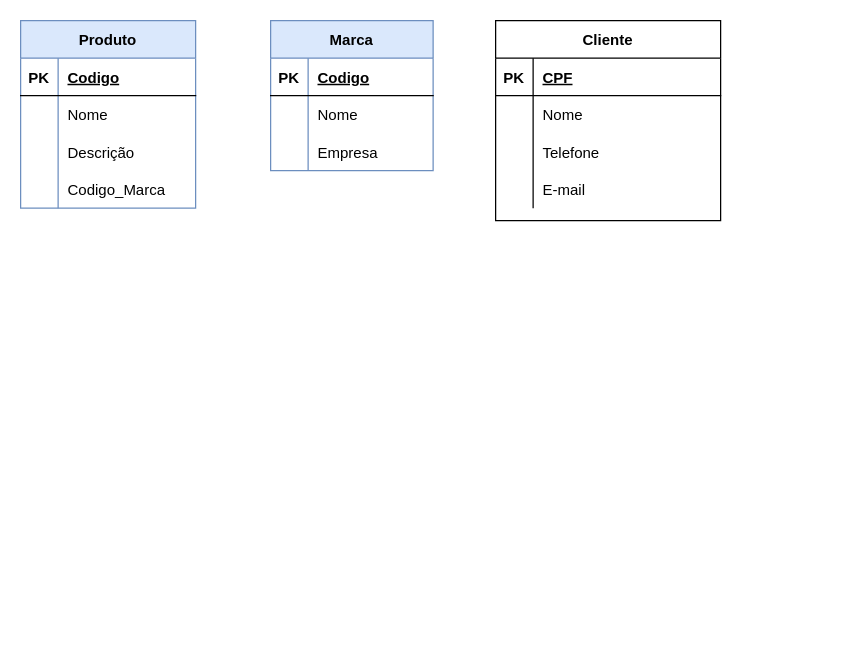
Earlier version of the draw.io diagram Der.drawio (diegohfcelestino/arquitetura). Source tidied: cells renumbered, new cells numbered last; positions are measured from the earlier drawing's top-left corner, leaving out a move shared by most shapes. Both pictures are drawn from the tidied source at 125%, with x=0, y=0 at pixel (20, 20).
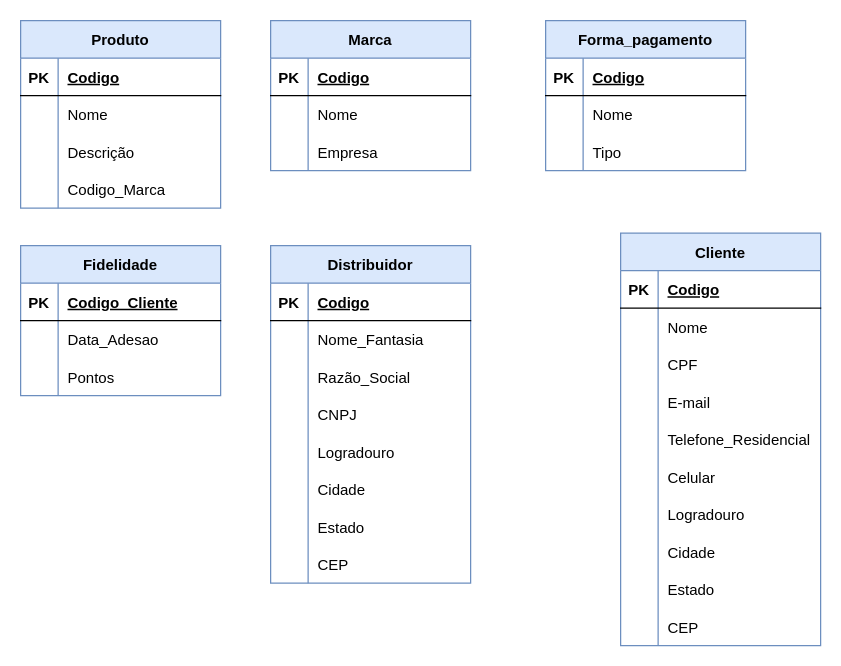
Above is the later version.

Change to the diagram source:
```diff
@@
     <mxCell id="2" value="Produto" style="shape=table;startSize=30;childLayout=tableLayout;rowLines=0;fontStyle=1;align=center;fillColor=#dae8fc;strokeColor=#6c8ebf;" parent="1" vertex="1">
-      <mxGeometry width="140" height="150" as="geometry" />
+      <mxGeometry width="160" height="150" as="geometry" />
     </mxCell>
     <mxCell id="3" style="shape=tableRow;horizontal=0;startSize=0;swimlaneHead=0;swimlaneBody=0;fillColor=none;top=0;left=0;right=0;bottom=1;" parent="2" vertex="1">
-      <mxGeometry y="30" width="140" height="30" as="geometry" />
+      <mxGeometry y="30" width="160" height="30" as="geometry" />
     </mxCell>
@@
     <mxCell id="5" value="Codigo" style="shape=partialRectangle;fillColor=none;top=0;left=0;bottom=0;right=0;align=left;spacingLeft=6;fontStyle=5;overflow=hidden;" parent="3" vertex="1">
-      <mxGeometry x="30" width="110" height="30" as="geometry" />
+      <mxGeometry x="30" width="130" height="30" as="geometry" />
     </mxCell>
     <mxCell id="6" style="shape=tableRow;horizontal=0;startSize=0;swimlaneHead=0;swimlaneBody=0;fillColor=none;top=0;left=0;right=0;bottom=0;" parent="2" vertex="1">
-      <mxGeometry y="60" width="140" height="30" as="geometry" />
+      <mxGeometry y="60" width="160" height="30" as="geometry" />
     </mxCell>
@@
     <mxCell id="8" value="Nome" style="shape=partialRectangle;fillColor=none;top=0;left=0;bottom=0;right=0;align=left;spacingLeft=6;overflow=hidden;" parent="6" vertex="1">
-      <mxGeometry x="30" width="110" height="30" as="geometry" />
+      <mxGeometry x="30" width="130" height="30" as="geometry" />
     </mxCell>
     <mxCell id="9" style="shape=tableRow;horizontal=0;startSize=0;swimlaneHead=0;swimlaneBody=0;fillColor=none;top=0;left=0;right=0;bottom=0;" parent="2" vertex="1">
-      <mxGeometry y="90" width="140" height="30" as="geometry" />
+      <mxGeometry y="90" width="160" height="30" as="geometry" />
     </mxCell>
@@
     <mxCell id="11" value="Descrição" style="shape=partialRectangle;fillColor=none;top=0;left=0;bottom=0;right=0;align=left;spacingLeft=6;overflow=hidden;" parent="9" vertex="1">
-      <mxGeometry x="30" width="110" height="30" as="geometry" />
+      <mxGeometry x="30" width="130" height="30" as="geometry" />
     </mxCell>
     <mxCell id="12" style="shape=tableRow;horizontal=0;startSize=0;swimlaneHead=0;swimlaneBody=0;fillColor=none;top=0;left=0;right=0;bottom=0;" parent="2" vertex="1">
-      <mxGeometry y="120" width="140" height="30" as="geometry" />
+      <mxGeometry y="120" width="160" height="30" as="geometry" />
     </mxCell>
@@
     <mxCell id="14" value="Codigo_Marca" style="shape=partialRectangle;fillColor=none;top=0;left=0;bottom=0;right=0;align=left;spacingLeft=6;overflow=hidden;" parent="12" vertex="1">
-      <mxGeometry x="30" width="110" height="30" as="geometry" />
+      <mxGeometry x="30" width="130" height="30" as="geometry" />
     </mxCell>
     <mxCell id="15" value="Marca" style="shape=table;startSize=30;childLayout=tableLayout;rowLines=0;fontStyle=1;align=center;fillColor=#dae8fc;strokeColor=#6c8ebf;" parent="1" vertex="1">
-      <mxGeometry x="200" width="130" height="120" as="geometry" />
+      <mxGeometry x="200" width="160" height="120" as="geometry" />
     </mxCell>
     <mxCell id="16" style="shape=tableRow;horizontal=0;startSize=0;swimlaneHead=0;swimlaneBody=0;fillColor=none;top=0;left=0;right=0;bottom=1;" parent="15" vertex="1">
-      <mxGeometry y="30" width="130" height="30" as="geometry" />
+      <mxGeometry y="30" width="160" height="30" as="geometry" />
     </mxCell>
@@
     <mxCell id="18" value="Codigo" style="shape=partialRectangle;fillColor=none;top=0;left=0;bottom=0;right=0;align=left;spacingLeft=6;fontStyle=5;overflow=hidden;" parent="16" vertex="1">
-      <mxGeometry x="30" width="100" height="30" as="geometry" />
+      <mxGeometry x="30" width="130" height="30" as="geometry" />
     </mxCell>
     <mxCell id="19" style="shape=tableRow;horizontal=0;startSize=0;swimlaneHead=0;swimlaneBody=0;fillColor=none;top=0;left=0;right=0;bottom=0;" parent="15" vertex="1">
-      <mxGeometry y="60" width="130" height="30" as="geometry" />
+      <mxGeometry y="60" width="160" height="30" as="geometry" />
     </mxCell>
@@
     <mxCell id="21" value="Nome" style="shape=partialRectangle;fillColor=none;top=0;left=0;bottom=0;right=0;align=left;spacingLeft=6;overflow=hidden;" parent="19" vertex="1">
-      <mxGeometry x="30" width="100" height="30" as="geometry" />
+      <mxGeometry x="30" width="130" height="30" as="geometry" />
     </mxCell>
     <mxCell id="22" style="shape=tableRow;horizontal=0;startSize=0;swimlaneHead=0;swimlaneBody=0;fillColor=none;top=0;left=0;right=0;bottom=0;" parent="15" vertex="1">
-      <mxGeometry y="90" width="130" height="30" as="geometry" />
+      <mxGeometry y="90" width="160" height="30" as="geometry" />
     </mxCell>
@@
     <mxCell id="24" value="Empresa" style="shape=partialRectangle;fillColor=none;top=0;left=0;bottom=0;right=0;align=left;spacingLeft=6;overflow=hidden;" parent="22" vertex="1">
-      <mxGeometry x="30" width="100" height="30" as="geometry" />
+      <mxGeometry x="30" width="130" height="30" as="geometry" />
     </mxCell>
-    <mxCell id="25" value="Cliente" style="shape=table;startSize=30;childLayout=tableLayout;rowLines=0;fontStyle=1;align=center;" parent="1" vertex="1">
-      <mxGeometry x="380" width="180" height="160" as="geometry" />
+    <mxCell id="25" value="Cliente" style="shape=table;startSize=30;childLayout=tableLayout;rowLines=0;fontStyle=1;align=center;fillColor=#dae8fc;strokeColor=#6c8ebf;" parent="1" vertex="1">
+      <mxGeometry x="480" y="170" width="160" height="330" as="geometry" />
     </mxCell>
     <mxCell id="26" style="shape=tableRow;horizontal=0;startSize=0;swimlaneHead=0;swimlaneBody=0;fillColor=none;top=0;left=0;right=0;bottom=1;" parent="25" vertex="1">
-      <mxGeometry y="30" width="180" height="30" as="geometry" />
+      <mxGeometry y="30" width="160" height="30" as="geometry" />
     </mxCell>
@@
-    <mxCell id="28" value="CPF" style="shape=partialRectangle;fillColor=none;top=0;left=0;bottom=0;right=0;align=left;spacingLeft=6;fontStyle=5;overflow=hidden;" parent="26" vertex="1">
-      <mxGeometry x="30" width="150" height="30" as="geometry" />
+    <mxCell id="28" value="Codigo" style="shape=partialRectangle;fillColor=none;top=0;left=0;bottom=0;right=0;align=left;spacingLeft=6;fontStyle=5;overflow=hidden;" parent="26" vertex="1">
+      <mxGeometry x="30" width="130" height="30" as="geometry" />
     </mxCell>
     <mxCell id="29" style="shape=tableRow;horizontal=0;startSize=0;swimlaneHead=0;swimlaneBody=0;fillColor=none;top=0;left=0;right=0;bottom=0;" parent="25" vertex="1">
-      <mxGeometry y="60" width="180" height="30" as="geometry" />
+      <mxGeometry y="60" width="160" height="30" as="geometry" />
     </mxCell>
@@
     <mxCell id="31" value="Nome" style="shape=partialRectangle;fillColor=none;top=0;left=0;bottom=0;right=0;align=left;spacingLeft=6;overflow=hidden;" parent="29" vertex="1">
-      <mxGeometry x="30" width="150" height="30" as="geometry" />
+      <mxGeometry x="30" width="130" height="30" as="geometry" />
     </mxCell>
     <mxCell id="32" style="shape=tableRow;horizontal=0;startSize=0;swimlaneHead=0;swimlaneBody=0;fillColor=none;top=0;left=0;right=0;bottom=0;" parent="25" vertex="1">
-      <mxGeometry y="90" width="180" height="30" as="geometry" />
+      <mxGeometry y="90" width="160" height="30" as="geometry" />
     </mxCell>
@@
-    <mxCell id="34" value="Telefone" style="shape=partialRectangle;fillColor=none;top=0;left=0;bottom=0;right=0;align=left;spacingLeft=6;overflow=hidden;" parent="32" vertex="1">
-      <mxGeometry x="30" width="150" height="30" as="geometry" />
+    <mxCell id="34" value="CPF" style="shape=partialRectangle;fillColor=none;top=0;left=0;bottom=0;right=0;align=left;spacingLeft=6;overflow=hidden;" parent="32" vertex="1">
+      <mxGeometry x="30" width="130" height="30" as="geometry" />
     </mxCell>
     <mxCell id="35" style="shape=tableRow;horizontal=0;startSize=0;swimlaneHead=0;swimlaneBody=0;fillColor=none;top=0;left=0;right=0;bottom=0;" parent="25" vertex="1">
-      <mxGeometry y="120" width="180" height="30" as="geometry" />
+      <mxGeometry y="120" width="160" height="30" as="geometry" />
     </mxCell>
@@
     <mxCell id="37" value="E-mail" style="shape=partialRectangle;fillColor=none;top=0;left=0;bottom=0;right=0;align=left;spacingLeft=6;overflow=hidden;" parent="35" vertex="1">
-      <mxGeometry x="30" width="150" height="30" as="geometry" />
+      <mxGeometry x="30" width="130" height="30" as="geometry" />
     </mxCell>
+    <mxCell id="38" style="shape=tableRow;horizontal=0;startSize=0;swimlaneHead=0;swimlaneBody=0;fillColor=none;top=0;left=0;right=0;bottom=0;" parent="25" vertex="1">
+      <mxGeometry y="150" width="160" height="30" as="geometry" />
+    </mxCell>
+    <mxCell id="39" style="shape=partialRectangle;fillColor=none;top=0;left=0;bottom=0;right=0;overflow=hidden;" parent="38" vertex="1">
+      <mxGeometry width="30" height="30" as="geometry" />
+    </mxCell>
+    <mxCell id="40" value="Telefone_Residencial" style="shape=partialRectangle;fillColor=none;top=0;left=0;bottom=0;right=0;align=left;spacingLeft=6;overflow=hidden;" parent="38" vertex="1">
+      <mxGeometry x="30" width="130" height="30" as="geometry" />
+    </mxCell>
+    <mxCell id="41" style="shape=tableRow;horizontal=0;startSize=0;swimlaneHead=0;swimlaneBody=0;fillColor=none;top=0;left=0;right=0;bottom=0;" parent="25" vertex="1">
+      <mxGeometry y="180" width="160" height="30" as="geometry" />
+    </mxCell>
+    <mxCell id="42" style="shape=partialRectangle;fillColor=none;top=0;left=0;bottom=0;right=0;overflow=hidden;" parent="41" vertex="1">
+      <mxGeometry width="30" height="30" as="geometry" />
+    </mxCell>
+    <mxCell id="43" value="Celular" style="shape=partialRectangle;fillColor=none;top=0;left=0;bottom=0;right=0;align=left;spacingLeft=6;overflow=hidden;" parent="41" vertex="1">
+      <mxGeometry x="30" width="130" height="30" as="geometry" />
+    </mxCell>
+    <mxCell id="44" style="shape=tableRow;horizontal=0;startSize=0;swimlaneHead=0;swimlaneBody=0;fillColor=none;top=0;left=0;right=0;bottom=0;" parent="25" vertex="1">
+      <mxGeometry y="210" width="160" height="30" as="geometry" />
+    </mxCell>
+    <mxCell id="45" style="shape=partialRectangle;fillColor=none;top=0;left=0;bottom=0;right=0;overflow=hidden;" parent="44" vertex="1">
+      <mxGeometry width="30" height="30" as="geometry" />
+    </mxCell>
+    <mxCell id="46" value="Logradouro" style="shape=partialRectangle;fillColor=none;top=0;left=0;bottom=0;right=0;align=left;spacingLeft=6;overflow=hidden;" parent="44" vertex="1">
+      <mxGeometry x="30" width="130" height="30" as="geometry" />
+    </mxCell>
+    <mxCell id="47" style="shape=tableRow;horizontal=0;startSize=0;swimlaneHead=0;swimlaneBody=0;fillColor=none;top=0;left=0;right=0;bottom=0;" parent="25" vertex="1">
+      <mxGeometry y="240" width="160" height="30" as="geometry" />
+    </mxCell>
+    <mxCell id="48" style="shape=partialRectangle;fillColor=none;top=0;left=0;bottom=0;right=0;overflow=hidden;" parent="47" vertex="1">
+      <mxGeometry width="30" height="30" as="geometry" />
+    </mxCell>
+    <mxCell id="49" value="Cidade" style="shape=partialRectangle;fillColor=none;top=0;left=0;bottom=0;right=0;align=left;spacingLeft=6;overflow=hidden;" parent="47" vertex="1">
+      <mxGeometry x="30" width="130" height="30" as="geometry" />
+    </mxCell>
+    <mxCell id="50" style="shape=tableRow;horizontal=0;startSize=0;swimlaneHead=0;swimlaneBody=0;fillColor=none;top=0;left=0;right=0;bottom=0;" parent="25" vertex="1">
+      <mxGeometry y="270" width="160" height="30" as="geometry" />
+    </mxCell>
+    <mxCell id="51" style="shape=partialRectangle;fillColor=none;top=0;left=0;bottom=0;right=0;overflow=hidden;" parent="50" vertex="1">
+      <mxGeometry width="30" height="30" as="geometry" />
+    </mxCell>
+    <mxCell id="52" value="Estado" style="shape=partialRectangle;fillColor=none;top=0;left=0;bottom=0;right=0;align=left;spacingLeft=6;overflow=hidden;" parent="50" vertex="1">
+      <mxGeometry x="30" width="130" height="30" as="geometry" />
+    </mxCell>
+    <mxCell id="53" style="shape=tableRow;horizontal=0;startSize=0;swimlaneHead=0;swimlaneBody=0;fillColor=none;top=0;left=0;right=0;bottom=0;" parent="25" vertex="1">
+      <mxGeometry y="300" width="160" height="30" as="geometry" />
+    </mxCell>
+    <mxCell id="54" style="shape=partialRectangle;fillColor=none;top=0;left=0;bottom=0;right=0;overflow=hidden;" parent="53" vertex="1">
+      <mxGeometry width="30" height="30" as="geometry" />
+    </mxCell>
+    <mxCell id="55" value="CEP" style="shape=partialRectangle;fillColor=none;top=0;left=0;bottom=0;right=0;align=left;spacingLeft=6;overflow=hidden;" parent="53" vertex="1">
+      <mxGeometry x="30" width="130" height="30" as="geometry" />
+    </mxCell>
+    <mxCell id="56" value="Forma_pagamento" style="shape=table;startSize=30;childLayout=tableLayout;rowLines=0;fontStyle=1;align=center;fillColor=#dae8fc;strokeColor=#6c8ebf;" parent="1" vertex="1">
+      <mxGeometry x="420" width="160" height="120" as="geometry" />
+    </mxCell>
+    <mxCell id="57" style="shape=tableRow;horizontal=0;startSize=0;swimlaneHead=0;swimlaneBody=0;fillColor=none;top=0;left=0;right=0;bottom=1;" parent="56" vertex="1">
+      <mxGeometry y="30" width="160" height="30" as="geometry" />
+    </mxCell>
+    <mxCell id="58" value="PK" style="shape=partialRectangle;fillColor=none;top=0;left=0;bottom=0;right=0;fontStyle=1;overflow=hidden;" parent="57" vertex="1">
+      <mxGeometry width="30" height="30" as="geometry" />
+    </mxCell>
+    <mxCell id="59" value="Codigo" style="shape=partialRectangle;fillColor=none;top=0;left=0;bottom=0;right=0;align=left;spacingLeft=6;fontStyle=5;overflow=hidden;" parent="57" vertex="1">
+      <mxGeometry x="30" width="130" height="30" as="geometry" />
+    </mxCell>
+    <mxCell id="60" style="shape=tableRow;horizontal=0;startSize=0;swimlaneHead=0;swimlaneBody=0;fillColor=none;top=0;left=0;right=0;bottom=0;" parent="56" vertex="1">
+      <mxGeometry y="60" width="160" height="30" as="geometry" />
+    </mxCell>
+    <mxCell id="61" style="shape=partialRectangle;fillColor=none;top=0;left=0;bottom=0;right=0;overflow=hidden;" parent="60" vertex="1">
+      <mxGeometry width="30" height="30" as="geometry" />
+    </mxCell>
+    <mxCell id="62" value="Nome" style="shape=partialRectangle;fillColor=none;top=0;left=0;bottom=0;right=0;align=left;spacingLeft=6;overflow=hidden;" parent="60" vertex="1">
+      <mxGeometry x="30" width="130" height="30" as="geometry" />
+    </mxCell>
+    <mxCell id="63" style="shape=tableRow;horizontal=0;startSize=0;swimlaneHead=0;swimlaneBody=0;fillColor=none;top=0;left=0;right=0;bottom=0;" parent="56" vertex="1">
+      <mxGeometry y="90" width="160" height="30" as="geometry" />
+    </mxCell>
+    <mxCell id="64" style="shape=partialRectangle;fillColor=none;top=0;left=0;bottom=0;right=0;overflow=hidden;" parent="63" vertex="1">
+      <mxGeometry width="30" height="30" as="geometry" />
+    </mxCell>
+    <mxCell id="65" value="Tipo" style="shape=partialRectangle;fillColor=none;top=0;left=0;bottom=0;right=0;align=left;spacingLeft=6;overflow=hidden;" parent="63" vertex="1">
+      <mxGeometry x="30" width="130" height="30" as="geometry" />
+    </mxCell>
+    <mxCell id="66" value="Fidelidade" style="shape=table;startSize=30;childLayout=tableLayout;rowLines=0;fontStyle=1;align=center;fillColor=#dae8fc;strokeColor=#6c8ebf;" parent="1" vertex="1">
+      <mxGeometry y="180" width="160" height="120" as="geometry" />
+    </mxCell>
+    <mxCell id="67" style="shape=tableRow;horizontal=0;startSize=0;swimlaneHead=0;swimlaneBody=0;fillColor=none;top=0;left=0;right=0;bottom=1;" parent="66" vertex="1">
+      <mxGeometry y="30" width="160" height="30" as="geometry" />
+    </mxCell>
+    <mxCell id="68" value="PK" style="shape=partialRectangle;fillColor=none;top=0;left=0;bottom=0;right=0;fontStyle=1;overflow=hidden;" parent="67" vertex="1">
+      <mxGeometry width="30" height="30" as="geometry" />
+    </mxCell>
+    <mxCell id="69" value="Codigo_Cliente" style="shape=partialRectangle;fillColor=none;top=0;left=0;bottom=0;right=0;align=left;spacingLeft=6;fontStyle=5;overflow=hidden;" parent="67" vertex="1">
+      <mxGeometry x="30" width="130" height="30" as="geometry" />
+    </mxCell>
+    <mxCell id="70" style="shape=tableRow;horizontal=0;startSize=0;swimlaneHead=0;swimlaneBody=0;fillColor=none;top=0;left=0;right=0;bottom=0;" parent="66" vertex="1">
+      <mxGeometry y="60" width="160" height="30" as="geometry" />
+    </mxCell>
+    <mxCell id="71" style="shape=partialRectangle;fillColor=none;top=0;left=0;bottom=0;right=0;overflow=hidden;" parent="70" vertex="1">
+      <mxGeometry width="30" height="30" as="geometry" />
+    </mxCell>
+    <mxCell id="72" value="Data_Adesao" style="shape=partialRectangle;fillColor=none;top=0;left=0;bottom=0;right=0;align=left;spacingLeft=6;overflow=hidden;" parent="70" vertex="1">
+      <mxGeometry x="30" width="130" height="30" as="geometry" />
+    </mxCell>
+    <mxCell id="73" style="shape=tableRow;horizontal=0;startSize=0;swimlaneHead=0;swimlaneBody=0;fillColor=none;top=0;left=0;right=0;bottom=0;" parent="66" vertex="1">
+      <mxGeometry y="90" width="160" height="30" as="geometry" />
+    </mxCell>
+    <mxCell id="74" style="shape=partialRectangle;fillColor=none;top=0;left=0;bottom=0;right=0;overflow=hidden;" parent="73" vertex="1">
+      <mxGeometry width="30" height="30" as="geometry" />
+    </mxCell>
+    <mxCell id="75" value="Pontos" style="shape=partialRectangle;fillColor=none;top=0;left=0;bottom=0;right=0;align=left;spacingLeft=6;overflow=hidden;" parent="73" vertex="1">
+      <mxGeometry x="30" width="130" height="30" as="geometry" />
+    </mxCell>
+    <mxCell id="76" value="Distribuidor" style="shape=table;startSize=30;childLayout=tableLayout;rowLines=0;fontStyle=1;align=center;fillColor=#dae8fc;strokeColor=#6c8ebf;" parent="1" vertex="1">
+      <mxGeometry x="200" y="180" width="160" height="270" as="geometry" />
+    </mxCell>
+    <mxCell id="77" style="shape=tableRow;horizontal=0;startSize=0;swimlaneHead=0;swimlaneBody=0;fillColor=none;top=0;left=0;right=0;bottom=1;" parent="76" vertex="1">
+      <mxGeometry y="30" width="160" height="30" as="geometry" />
+    </mxCell>
+    <mxCell id="78" value="PK" style="shape=partialRectangle;fillColor=none;top=0;left=0;bottom=0;right=0;fontStyle=1;overflow=hidden;" parent="77" vertex="1">
+      <mxGeometry width="30" height="30" as="geometry" />
+    </mxCell>
+    <mxCell id="79" value="Codigo" style="shape=partialRectangle;fillColor=none;top=0;left=0;bottom=0;right=0;align=left;spacingLeft=6;fontStyle=5;overflow=hidden;" parent="77" vertex="1">
+      <mxGeometry x="30" width="130" height="30" as="geometry" />
+    </mxCell>
+    <mxCell id="80" style="shape=tableRow;horizontal=0;startSize=0;swimlaneHead=0;swimlaneBody=0;fillColor=none;top=0;left=0;right=0;bottom=0;" parent="76" vertex="1">
+      <mxGeometry y="60" width="160" height="30" as="geometry" />
+    </mxCell>
+    <mxCell id="81" style="shape=partialRectangle;fillColor=none;top=0;left=0;bottom=0;right=0;overflow=hidden;" parent="80" vertex="1">
+      <mxGeometry width="30" height="30" as="geometry" />
+    </mxCell>
+    <mxCell id="82" value="Nome_Fantasia" style="shape=partialRectangle;fillColor=none;top=0;left=0;bottom=0;right=0;align=left;spacingLeft=6;overflow=hidden;" parent="80" vertex="1">
+      <mxGeometry x="30" width="130" height="30" as="geometry" />
+    </mxCell>
+    <mxCell id="83" style="shape=tableRow;horizontal=0;startSize=0;swimlaneHead=0;swimlaneBody=0;fillColor=none;top=0;left=0;right=0;bottom=0;" parent="76" vertex="1">
+      <mxGeometry y="90" width="160" height="30" as="geometry" />
+    </mxCell>
+    <mxCell id="84" style="shape=partialRectangle;fillColor=none;top=0;left=0;bottom=0;right=0;overflow=hidden;" parent="83" vertex="1">
+      <mxGeometry width="30" height="30" as="geometry" />
+    </mxCell>
+    <mxCell id="85" value="Razão_Social" style="shape=partialRectangle;fillColor=none;top=0;left=0;bottom=0;right=0;align=left;spacingLeft=6;overflow=hidden;" parent="83" vertex="1">
+      <mxGeometry x="30" width="130" height="30" as="geometry" />
+    </mxCell>
+    <mxCell id="86" style="shape=tableRow;horizontal=0;startSize=0;swimlaneHead=0;swimlaneBody=0;fillColor=none;top=0;left=0;right=0;bottom=0;" parent="76" vertex="1">
+      <mxGeometry y="120" width="160" height="30" as="geometry" />
+    </mxCell>
+    <mxCell id="87" style="shape=partialRectangle;fillColor=none;top=0;left=0;bottom=0;right=0;overflow=hidden;" parent="86" vertex="1">
+      <mxGeometry width="30" height="30" as="geometry" />
+    </mxCell>
+    <mxCell id="88" value="CNPJ" style="shape=partialRectangle;fillColor=none;top=0;left=0;bottom=0;right=0;align=left;spacingLeft=6;overflow=hidden;" parent="86" vertex="1">
+      <mxGeometry x="30" width="130" height="30" as="geometry" />
+    </mxCell>
+    <mxCell id="89" style="shape=tableRow;horizontal=0;startSize=0;swimlaneHead=0;swimlaneBody=0;fillColor=none;top=0;left=0;right=0;bottom=0;" parent="76" vertex="1">
+      <mxGeometry y="150" width="160" height="30" as="geometry" />
+    </mxCell>
+    <mxCell id="90" style="shape=partialRectangle;fillColor=none;top=0;left=0;bottom=0;right=0;overflow=hidden;" parent="89" vertex="1">
+      <mxGeometry width="30" height="30" as="geometry" />
+    </mxCell>
+    <mxCell id="91" value="Logradouro" style="shape=partialRectangle;fillColor=none;top=0;left=0;bottom=0;right=0;align=left;spacingLeft=6;overflow=hidden;" parent="89" vertex="1">
+      <mxGeometry x="30" width="130" height="30" as="geometry" />
+    </mxCell>
+    <mxCell id="92" style="shape=tableRow;horizontal=0;startSize=0;swimlaneHead=0;swimlaneBody=0;fillColor=none;top=0;left=0;right=0;bottom=0;" parent="76" vertex="1">
+      <mxGeometry y="180" width="160" height="30" as="geometry" />
+    </mxCell>
+    <mxCell id="93" style="shape=partialRectangle;fillColor=none;top=0;left=0;bottom=0;right=0;overflow=hidden;" parent="92" vertex="1">
+      <mxGeometry width="30" height="30" as="geometry" />
+    </mxCell>
+    <mxCell id="94" value="Cidade" style="shape=partialRectangle;fillColor=none;top=0;left=0;bottom=0;right=0;align=left;spacingLeft=6;overflow=hidden;" parent="92" vertex="1">
+      <mxGeometry x="30" width="130" height="30" as="geometry" />
+    </mxCell>
+    <mxCell id="95" style="shape=tableRow;horizontal=0;startSize=0;swimlaneHead=0;swimlaneBody=0;fillColor=none;top=0;left=0;right=0;bottom=0;" parent="76" vertex="1">
+      <mxGeometry y="210" width="160" height="30" as="geometry" />
+    </mxCell>
+    <mxCell id="96" style="shape=partialRectangle;fillColor=none;top=0;left=0;bottom=0;right=0;overflow=hidden;" parent="95" vertex="1">
+      <mxGeometry width="30" height="30" as="geometry" />
+    </mxCell>
+    <mxCell id="97" value="Estado" style="shape=partialRectangle;fillColor=none;top=0;left=0;bottom=0;right=0;align=left;spacingLeft=6;overflow=hidden;" parent="95" vertex="1">
+      <mxGeometry x="30" width="130" height="30" as="geometry" />
+    </mxCell>
+    <mxCell id="98" style="shape=tableRow;horizontal=0;startSize=0;swimlaneHead=0;swimlaneBody=0;fillColor=none;top=0;left=0;right=0;bottom=0;" parent="76" vertex="1">
+      <mxGeometry y="240" width="160" height="30" as="geometry" />
+    </mxCell>
+    <mxCell id="99" style="shape=partialRectangle;fillColor=none;top=0;left=0;bottom=0;right=0;overflow=hidden;" parent="98" vertex="1">
+      <mxGeometry width="30" height="30" as="geometry" />
+    </mxCell>
+    <mxCell id="100" value="CEP" style="shape=partialRectangle;fillColor=none;top=0;left=0;bottom=0;right=0;align=left;spacingLeft=6;overflow=hidden;" parent="98" vertex="1">
+      <mxGeometry x="30" width="130" height="30" as="geometry" />
+    </mxCell>
```
